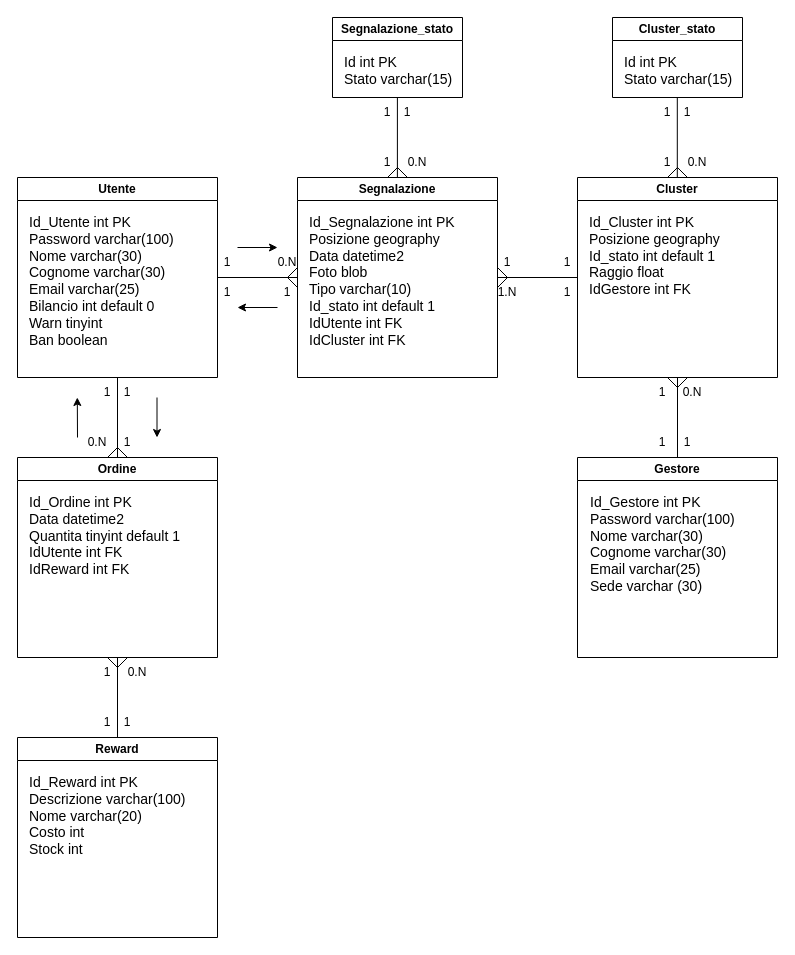
Earlier version of the draw.io diagram Materiale Progettazione/DiagrammaER/Modello.drawio (Gruppo-IS44/Comune-Pulito-bead80e0). Source tidied: cells renumbered, new cells numbered last; positions are measured from the earlier drawing's top-left corner, leaving out a move shared by most shapes. Both pictures are drawn from the tidied source at 100%, with x=0, y=0 at pixel (17, 17).
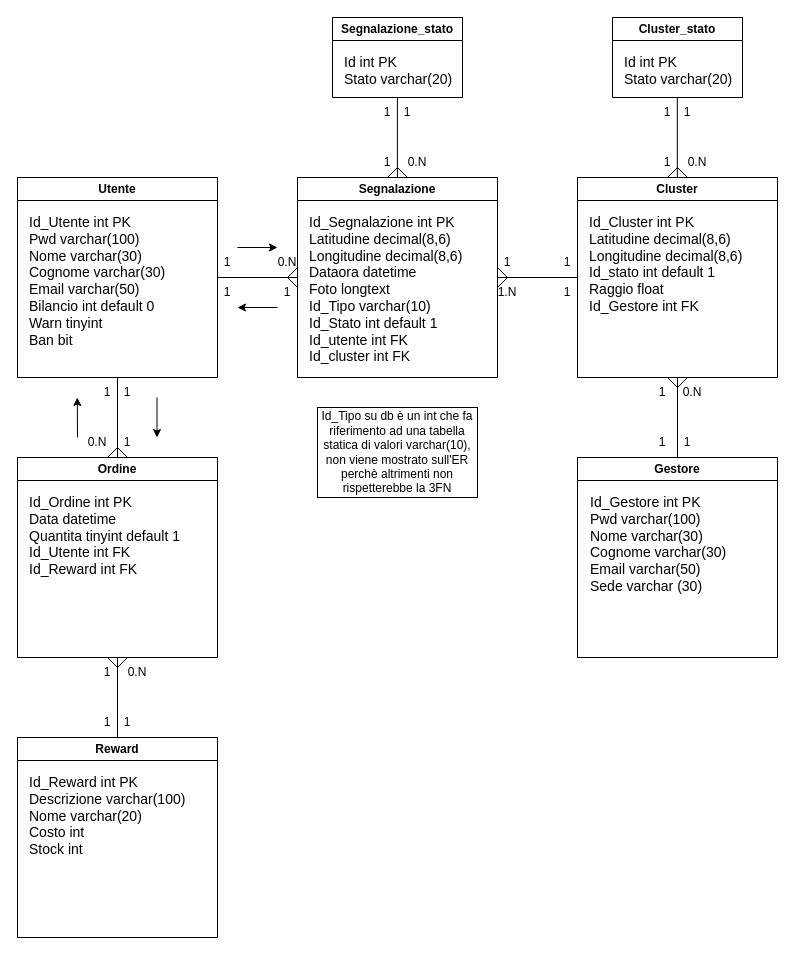
Above is the later version.

Unchanged cells that the change refers to:
```xml
<mxCell id="2" value="Utente" style="swimlane;whiteSpace=wrap;html=1;" parent="1" vertex="1">
  <mxGeometry y="160" width="200" height="200" as="geometry" />
</mxCell>
<mxCell id="4" value="Segnalazione" style="swimlane;whiteSpace=wrap;html=1;" parent="1" vertex="1">
  <mxGeometry x="280" y="160" width="200" height="200" as="geometry" />
</mxCell>
<mxCell id="6" value="Cluster" style="swimlane;whiteSpace=wrap;html=1;" parent="1" vertex="1">
  <mxGeometry x="560" y="160" width="200" height="200" as="geometry" />
</mxCell>
<mxCell id="11" value="Ordine" style="swimlane;whiteSpace=wrap;html=1;" parent="1" vertex="1">
  <mxGeometry y="440" width="200" height="200" as="geometry" />
</mxCell>
<mxCell id="15" value="Gestore" style="swimlane;whiteSpace=wrap;html=1;" parent="1" vertex="1">
  <mxGeometry x="560" y="440" width="200" height="200" as="geometry" />
</mxCell>
<mxCell id="54" value="Segnalazione_stato" style="swimlane;whiteSpace=wrap;html=1;" parent="1" vertex="1">
  <mxGeometry x="315" width="130" height="80" as="geometry" />
</mxCell>
<mxCell id="61" value="Cluster_stato" style="swimlane;whiteSpace=wrap;html=1;" parent="1" vertex="1">
  <mxGeometry x="595" width="130" height="80" as="geometry" />
</mxCell>
```

Diff of the diagram source:
```diff
@@
-    <mxCell id="3" value="&lt;font style=&quot;font-size: 14px;&quot;&gt;Id_Utente int PK&lt;br&gt;Password varchar(100)&lt;br&gt;Nome varchar(30)&lt;br&gt;Cognome varchar(30)&lt;br&gt;Email varchar(25)&lt;br&gt;Bilancio int default 0&lt;br&gt;Warn tinyint&lt;br&gt;Ban boolean&lt;br&gt;&lt;br&gt;&lt;/font&gt;" style="text;html=1;strokeColor=none;fillColor=none;align=left;verticalAlign=top;whiteSpace=wrap;rounded=0;" parent="2" vertex="1">
+    <mxCell id="3" value="&lt;font style=&quot;font-size: 14px;&quot;&gt;Id_Utente int PK&lt;br&gt;Pwd varchar(100)&lt;br&gt;Nome varchar(30)&lt;br&gt;Cognome varchar(30)&lt;br&gt;Email varchar(50)&lt;br&gt;Bilancio int default 0&lt;br&gt;Warn tinyint&lt;br&gt;Ban bit&lt;br&gt;&lt;br&gt;&lt;/font&gt;" style="text;html=1;strokeColor=none;fillColor=none;align=left;verticalAlign=top;whiteSpace=wrap;rounded=0;" parent="2" vertex="1">
       <mxGeometry x="10" y="30" width="180" height="160" as="geometry" />
     </mxCell>
@@
-    <mxCell id="5" value="Id_Segnalazione int PK&lt;br&gt;Posizione geography&lt;br&gt;Data datetime2&lt;br&gt;Foto blob&lt;br&gt;Tipo varchar(10)&lt;br&gt;Id_stato int default 1&amp;nbsp;&lt;br&gt;IdUtente int FK&lt;br&gt;IdCluster int FK" style="text;html=1;strokeColor=none;fillColor=none;align=left;verticalAlign=top;whiteSpace=wrap;rounded=0;fontSize=14;" parent="4" vertex="1">
+    <mxCell id="5" value="Id_Segnalazione int PK&lt;br&gt;Latitudine decimal(8,6)&lt;br&gt;Longitudine decimal(8,6)&lt;br&gt;Dataora datetime&lt;br&gt;Foto longtext&lt;br&gt;Id_Tipo varchar(10)&lt;br&gt;Id_Stato int default 1&amp;nbsp;&lt;br&gt;Id_utente int FK&lt;br&gt;Id_cluster int FK" style="text;html=1;strokeColor=none;fillColor=none;align=left;verticalAlign=top;whiteSpace=wrap;rounded=0;fontSize=14;" parent="4" vertex="1">
       <mxGeometry x="10" y="30" width="180" height="160" as="geometry" />
     </mxCell>
@@
-    <mxCell id="7" value="Id_Cluster int PK&lt;br&gt;Posizione geography&lt;br&gt;Id_stato int default 1&lt;br&gt;Raggio float&lt;br&gt;IdGestore int FK" style="text;html=1;strokeColor=none;fillColor=none;align=left;verticalAlign=top;whiteSpace=wrap;rounded=0;fontSize=14;" parent="6" vertex="1">
+    <mxCell id="7" value="Id_Cluster int PK&lt;br&gt;Latitudine decimal(8,6)&lt;br&gt;Longitudine decimal(8,6)&lt;br&gt;Id_stato int default 1&lt;br&gt;Raggio float&lt;br&gt;Id_Gestore int FK" style="text;html=1;strokeColor=none;fillColor=none;align=left;verticalAlign=top;whiteSpace=wrap;rounded=0;fontSize=14;" parent="6" vertex="1">
       <mxGeometry x="10" y="30" width="180" height="160" as="geometry" />
     </mxCell>
@@
-    <mxCell id="12" value="Id_Ordine int PK&lt;br&gt;Data datetime2&lt;br&gt;Quantita tinyint default 1&lt;br&gt;IdUtente int FK&lt;br&gt;IdReward int FK" style="text;html=1;strokeColor=none;fillColor=none;align=left;verticalAlign=top;whiteSpace=wrap;rounded=0;fontSize=14;" parent="11" vertex="1">
+    <mxCell id="12" value="Id_Ordine int PK&lt;br&gt;Data datetime&lt;br&gt;Quantita tinyint default 1&lt;br&gt;Id_Utente int FK&lt;br&gt;Id_Reward int FK" style="text;html=1;strokeColor=none;fillColor=none;align=left;verticalAlign=top;whiteSpace=wrap;rounded=0;fontSize=14;" parent="11" vertex="1">
       <mxGeometry x="10" y="30" width="180" height="160" as="geometry" />
     </mxCell>
@@
-    <mxCell id="16" value="Id_Gestore int PK&lt;br&gt;Password varchar(100)&lt;br&gt;Nome varchar(30)&lt;br&gt;Cognome varchar(30)&lt;br&gt;Email varchar(25)&lt;br&gt;Sede varchar (30)" style="text;html=1;strokeColor=none;fillColor=none;align=left;verticalAlign=top;whiteSpace=wrap;rounded=0;fontSize=14;" parent="15" vertex="1">
+    <mxCell id="16" value="Id_Gestore int PK&lt;br&gt;Pwd varchar(100)&lt;br&gt;Nome varchar(30)&lt;br&gt;Cognome varchar(30)&lt;br&gt;Email varchar(50)&lt;br&gt;Sede varchar (30)" style="text;html=1;strokeColor=none;fillColor=none;align=left;verticalAlign=top;whiteSpace=wrap;rounded=0;fontSize=14;" parent="15" vertex="1">
       <mxGeometry x="11" y="30" width="180" height="160" as="geometry" />
     </mxCell>
@@
-    <mxCell id="55" value="Id int PK&lt;br&gt;Stato varchar(15)" style="text;html=1;strokeColor=none;fillColor=none;align=left;verticalAlign=top;whiteSpace=wrap;rounded=0;fontSize=14;" parent="54" vertex="1">
+    <mxCell id="55" value="Id int PK&lt;br&gt;Stato varchar(20)" style="text;html=1;strokeColor=none;fillColor=none;align=left;verticalAlign=top;whiteSpace=wrap;rounded=0;fontSize=14;" parent="54" vertex="1">
       <mxGeometry x="10" y="30" width="120" height="50" as="geometry" />
     </mxCell>
@@
-    <mxCell id="62" value="Id int PK&lt;br&gt;Stato varchar(15)" style="text;html=1;strokeColor=none;fillColor=none;align=left;verticalAlign=top;whiteSpace=wrap;rounded=0;fontSize=14;" parent="61" vertex="1">
+    <mxCell id="62" value="Id int PK&lt;br&gt;Stato varchar(20)" style="text;html=1;strokeColor=none;fillColor=none;align=left;verticalAlign=top;whiteSpace=wrap;rounded=0;fontSize=14;" parent="61" vertex="1">
       <mxGeometry x="10" y="30" width="120" height="50" as="geometry" />
     </mxCell>
@@
+    <mxCell id="71" style="rounded=0;whiteSpace=wrap;html=1;" parent="1" vertex="1">
+      <mxGeometry x="300" y="390" width="160" height="90" as="geometry" />
+    </mxCell>
+    <mxCell id="72" value="Id_Tipo su db è un int che fa riferimento ad una tabella statica di valori varchar(10), non viene mostrato sull'ER perchè altrimenti non rispetterebbe la 3FN" style="text;html=1;strokeColor=none;fillColor=none;align=center;verticalAlign=middle;whiteSpace=wrap;rounded=0;" parent="1" vertex="1">
+      <mxGeometry x="300" y="390" width="160" height="90" as="geometry" />
+    </mxCell>
```
